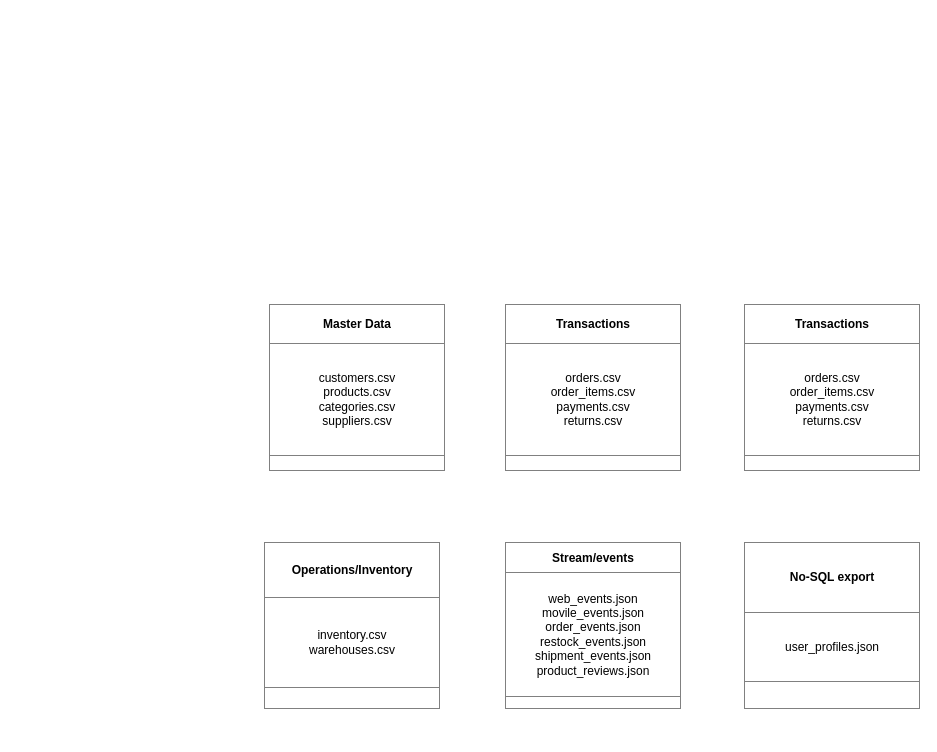
ADataSmith/BigDataEngineeringProject keeps this draw.io diagram as Architecture.drawio. Above is the earlier version. Source tidied: cells renumbered, new cells numbered last; positions are measured from the earlier drawing's top-left corner, leaving out a move shared by most shapes. Both pictures are drawn from the tidied source at 100%, with x=0, y=0 at pixel (264, 304).
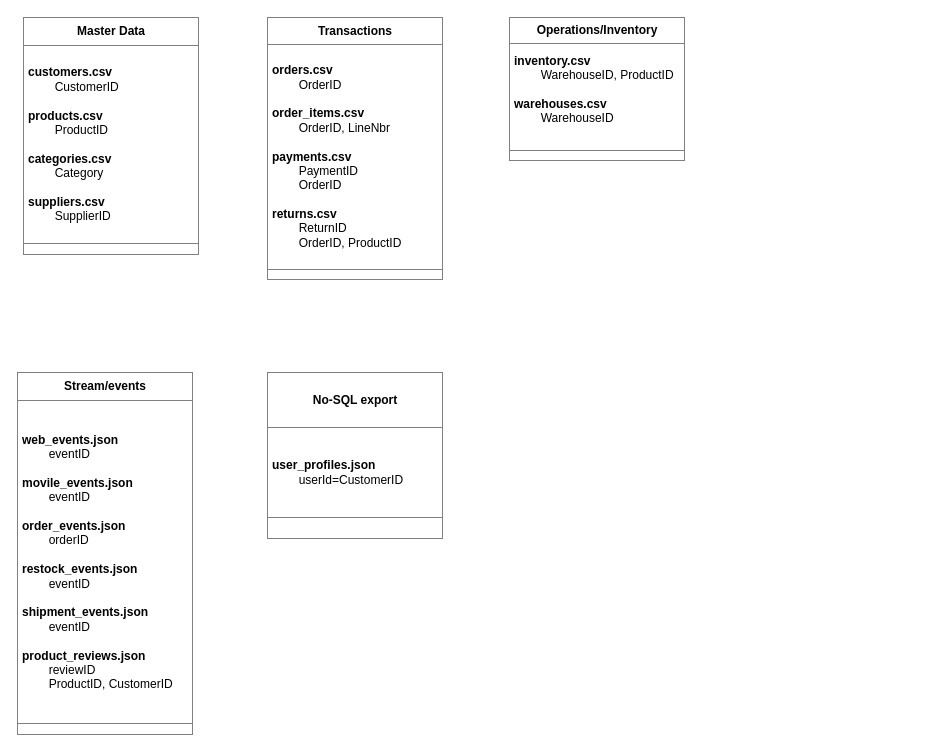
The same diagram, later.

Diff of the diagram source:
```diff
@@
 <mxGraphModel>
   <root>
     <mxCell id="0" />
     <mxCell id="1" parent="0" />
-    <mxCell id="2" value="&lt;table border=&quot;1&quot; width=&quot;100%&quot; height=&quot;100%&quot; cellpadding=&quot;4&quot; style=&quot;width:100%;height:100%;border-collapse:collapse;&quot;&gt;&lt;tbody&gt;&lt;tr&gt;&lt;th align=&quot;center&quot;&gt;Master Data&lt;/th&gt;&lt;/tr&gt;&lt;tr&gt;&lt;td align=&quot;center&quot;&gt;customers.csv&lt;br&gt;products.csv&lt;br&gt;categories.csv&lt;br&gt;suppliers.csv&lt;/td&gt;&lt;/tr&gt;&lt;tr&gt;&lt;td align=&quot;center&quot;&gt;&lt;/td&gt;&lt;/tr&gt;&lt;/tbody&gt;&lt;/table&gt;" style="text;html=1;whiteSpace=wrap;strokeColor=none;fillColor=none;overflow=fill;" parent="1" vertex="1">
-      <mxGeometry x="5" width="176" height="167" as="geometry" />
+    <mxCell id="2" value="&lt;table style=&quot;width:100%;height:100%;border-collapse:collapse;&quot; cellpadding=&quot;4&quot; height=&quot;100%&quot; width=&quot;100%&quot; border=&quot;1&quot;&gt;&lt;tbody&gt;&lt;tr&gt;&lt;th style=&quot;text-align: center;&quot;&gt;Master Data&lt;/th&gt;&lt;/tr&gt;&lt;tr&gt;&lt;td&gt;&lt;b&gt;customers.csv&lt;/b&gt;&lt;br&gt;&lt;span style=&quot;white-space: pre;&quot;&gt;&#9;&lt;/span&gt;CustomerID&lt;br&gt;&lt;br&gt;&lt;b&gt;products.csv&lt;/b&gt;&lt;br&gt;&lt;span style=&quot;white-space: pre;&quot;&gt;&#9;&lt;/span&gt;ProductID&lt;br&gt;&lt;br&gt;&lt;b&gt;categories.csv&lt;/b&gt;&lt;br&gt;&lt;span style=&quot;white-space: pre;&quot;&gt;&#9;&lt;/span&gt;Category&lt;br&gt;&lt;br&gt;&lt;b&gt;suppliers.csv&lt;/b&gt;&lt;br&gt;&lt;span style=&quot;white-space: pre;&quot;&gt;&#9;&lt;/span&gt;SupplierID&lt;br&gt;&lt;/td&gt;&lt;/tr&gt;&lt;tr&gt;&lt;td&gt;&lt;/td&gt;&lt;/tr&gt;&lt;/tbody&gt;&lt;/table&gt;" style="text;html=1;whiteSpace=wrap;strokeColor=none;fillColor=none;overflow=fill;align=left;" parent="1" vertex="1">
+      <mxGeometry x="-241" y="-287" width="176" height="238" as="geometry" />
     </mxCell>
-    <mxCell id="3" value="&lt;table border=&quot;1&quot; width=&quot;100%&quot; height=&quot;100%&quot; cellpadding=&quot;4&quot; style=&quot;width:100%;height:100%;border-collapse:collapse;&quot;&gt;&lt;tbody&gt;&lt;tr&gt;&lt;th align=&quot;center&quot;&gt;Transactions&lt;/th&gt;&lt;/tr&gt;&lt;tr&gt;&lt;td align=&quot;center&quot;&gt;orders.csv&lt;br&gt;order_items.csv&lt;br&gt;payments.csv&lt;br&gt;returns.csv&lt;/td&gt;&lt;/tr&gt;&lt;tr&gt;&lt;td align=&quot;center&quot;&gt;&lt;/td&gt;&lt;/tr&gt;&lt;/tbody&gt;&lt;/table&gt;" style="text;html=1;whiteSpace=wrap;strokeColor=none;fillColor=none;overflow=fill;" parent="1" vertex="1">
-      <mxGeometry x="241" width="176" height="167" as="geometry" />
+    <mxCell id="3" value="&lt;table border=&quot;1&quot; width=&quot;100%&quot; height=&quot;100%&quot; cellpadding=&quot;4&quot; style=&quot;width:100%;height:100%;border-collapse:collapse;&quot;&gt;&lt;tbody&gt;&lt;tr&gt;&lt;th align=&quot;center&quot;&gt;Transactions&lt;/th&gt;&lt;/tr&gt;&lt;tr&gt;&lt;td&gt;&lt;b&gt;orders.csv&lt;br&gt;&lt;/b&gt;&lt;span style=&quot;white-space: pre;&quot;&gt;&#9;&lt;/span&gt;OrderID&lt;br&gt;&lt;br&gt;&lt;b&gt;order_items.csv&lt;/b&gt;&lt;br&gt;&lt;span style=&quot;white-space: pre;&quot;&gt;&#9;&lt;/span&gt;OrderID, LineNbr&lt;br&gt;&lt;br&gt;&lt;b&gt;payments.csv&lt;/b&gt;&lt;br&gt;&lt;span style=&quot;white-space: pre;&quot;&gt;&#9;&lt;/span&gt;PaymentID&lt;br&gt;&lt;span style=&quot;white-space: pre;&quot;&gt;&#9;&lt;/span&gt;OrderID&lt;br&gt;&lt;br&gt;&lt;b&gt;returns.csv&lt;/b&gt;&lt;br&gt;&lt;span style=&quot;font-weight: bold; white-space: pre;&quot;&gt;&#9;&lt;/span&gt;ReturnID&lt;br&gt;&lt;span style=&quot;white-space: pre;&quot;&gt;&#9;&lt;/span&gt;OrderID, ProductID&lt;br&gt;&lt;/td&gt;&lt;/tr&gt;&lt;tr&gt;&lt;td align=&quot;center&quot;&gt;&lt;/td&gt;&lt;/tr&gt;&lt;/tbody&gt;&lt;/table&gt;" style="text;html=1;whiteSpace=wrap;strokeColor=none;fillColor=none;overflow=fill;" parent="1" vertex="1">
+      <mxGeometry x="3" y="-287" width="176" height="263" as="geometry" />
     </mxCell>
-    <mxCell id="4" value="&lt;table border=&quot;1&quot; width=&quot;100%&quot; height=&quot;100%&quot; cellpadding=&quot;4&quot; style=&quot;width:100%;height:100%;border-collapse:collapse;&quot;&gt;&lt;tbody&gt;&lt;tr&gt;&lt;th align=&quot;center&quot;&gt;Transactions&lt;/th&gt;&lt;/tr&gt;&lt;tr&gt;&lt;td align=&quot;center&quot;&gt;orders.csv&lt;br&gt;order_items.csv&lt;br&gt;payments.csv&lt;br&gt;returns.csv&lt;/td&gt;&lt;/tr&gt;&lt;tr&gt;&lt;td align=&quot;center&quot;&gt;&lt;/td&gt;&lt;/tr&gt;&lt;/tbody&gt;&lt;/table&gt;" style="text;html=1;whiteSpace=wrap;strokeColor=none;fillColor=none;overflow=fill;" parent="1" vertex="1">
-      <mxGeometry x="480" width="176" height="167" as="geometry" />
-    </mxCell>
-    <mxCell id="5" value="&lt;table border=&quot;1&quot; width=&quot;100%&quot; height=&quot;100%&quot; cellpadding=&quot;4&quot; style=&quot;width:100%;height:100%;border-collapse:collapse;&quot;&gt;&lt;tbody&gt;&lt;tr&gt;&lt;th align=&quot;center&quot;&gt;Operations/Inventory&lt;/th&gt;&lt;/tr&gt;&lt;tr&gt;&lt;td align=&quot;center&quot;&gt;inventory.csv&lt;br&gt;warehouses.csv&lt;/td&gt;&lt;/tr&gt;&lt;tr&gt;&lt;td align=&quot;center&quot;&gt;&lt;/td&gt;&lt;/tr&gt;&lt;/tbody&gt;&lt;/table&gt;" style="text;html=1;whiteSpace=wrap;strokeColor=none;fillColor=none;overflow=fill;" parent="1" vertex="1">
-      <mxGeometry y="238" width="176" height="167" as="geometry" />
-    </mxCell>
-    <mxCell id="6" value="&lt;table border=&quot;1&quot; width=&quot;100%&quot; height=&quot;100%&quot; cellpadding=&quot;4&quot; style=&quot;width:100%;height:100%;border-collapse:collapse;&quot;&gt;&lt;tbody&gt;&lt;tr&gt;&lt;th align=&quot;center&quot;&gt;Stream/events&lt;/th&gt;&lt;/tr&gt;&lt;tr&gt;&lt;td align=&quot;center&quot;&gt;web_events.json&lt;br&gt;movile_events.json&lt;br&gt;order_events.json&lt;br&gt;restock_events.json&lt;br&gt;shipment_events.json&lt;br&gt;product_reviews.json&lt;/td&gt;&lt;/tr&gt;&lt;tr&gt;&lt;td align=&quot;center&quot;&gt;&lt;/td&gt;&lt;/tr&gt;&lt;/tbody&gt;&lt;/table&gt;" style="text;html=1;whiteSpace=wrap;strokeColor=none;fillColor=none;overflow=fill;" parent="1" vertex="1">
-      <mxGeometry x="241" y="238" width="176" height="167" as="geometry" />
+    <mxCell id="6" value="&lt;table border=&quot;1&quot; width=&quot;100%&quot; height=&quot;100%&quot; cellpadding=&quot;4&quot; style=&quot;width:100%;height:100%;border-collapse:collapse;&quot;&gt;&lt;tbody&gt;&lt;tr&gt;&lt;th align=&quot;center&quot;&gt;Stream/events&lt;/th&gt;&lt;/tr&gt;&lt;tr&gt;&lt;td&gt;&lt;b&gt;web_events.json&lt;/b&gt;&lt;br&gt;&lt;span style=&quot;font-weight: bold; white-space: pre;&quot;&gt;&#9;&lt;/span&gt;eventID&lt;br&gt;&lt;b&gt;&lt;br&gt;movile_events.json&lt;/b&gt;&lt;br&gt;&lt;span style=&quot;font-weight: bold; white-space: pre;&quot;&gt;&#9;&lt;/span&gt;eventID&lt;br&gt;&lt;br&gt;&lt;b&gt;order_events.json&lt;/b&gt;&lt;br&gt;&lt;span style=&quot;font-weight: bold; white-space: pre;&quot;&gt;&#9;&lt;/span&gt;orderID&lt;br&gt;&lt;br&gt;&lt;b&gt;restock_events.json&lt;/b&gt;&lt;br&gt;&lt;span style=&quot;font-weight: bold; white-space: pre;&quot;&gt;&#9;&lt;/span&gt;eventID&lt;br&gt;&lt;br&gt;&lt;b&gt;shipment_events.json&lt;/b&gt;&lt;br&gt;&lt;span style=&quot;font-weight: bold; white-space: pre;&quot;&gt;&#9;&lt;/span&gt;eventID&lt;br&gt;&lt;br&gt;&lt;b&gt;product_reviews.json&lt;/b&gt;&lt;br&gt;&lt;span style=&quot;font-weight: bold; white-space: pre;&quot;&gt;&#9;&lt;/span&gt;reviewID&lt;br&gt;&lt;span style=&quot;white-space: pre;&quot;&gt;&#9;&lt;/span&gt;ProductID, CustomerID&lt;br&gt;&lt;/td&gt;&lt;/tr&gt;&lt;tr&gt;&lt;td align=&quot;center&quot;&gt;&lt;/td&gt;&lt;/tr&gt;&lt;/tbody&gt;&lt;/table&gt;" style="text;html=1;whiteSpace=wrap;strokeColor=none;fillColor=none;overflow=fill;" parent="1" vertex="1">
+      <mxGeometry x="-247" y="68" width="176" height="363" as="geometry" />
     </mxCell>
-    <mxCell id="7" value="&lt;table border=&quot;1&quot; width=&quot;100%&quot; height=&quot;100%&quot; cellpadding=&quot;4&quot; style=&quot;width:100%;height:100%;border-collapse:collapse;&quot;&gt;&lt;tbody&gt;&lt;tr&gt;&lt;th align=&quot;center&quot;&gt;No-SQL export&lt;/th&gt;&lt;/tr&gt;&lt;tr&gt;&lt;td align=&quot;center&quot;&gt;user_profiles.json&lt;/td&gt;&lt;/tr&gt;&lt;tr&gt;&lt;td align=&quot;center&quot;&gt;&lt;/td&gt;&lt;/tr&gt;&lt;/tbody&gt;&lt;/table&gt;" style="text;html=1;whiteSpace=wrap;strokeColor=none;fillColor=none;overflow=fill;" parent="1" vertex="1">
-      <mxGeometry x="480" y="238" width="176" height="167" as="geometry" />
+    <mxCell id="7" value="&lt;table border=&quot;1&quot; width=&quot;100%&quot; height=&quot;100%&quot; cellpadding=&quot;4&quot; style=&quot;width:100%;height:100%;border-collapse:collapse;&quot;&gt;&lt;tbody&gt;&lt;tr&gt;&lt;th align=&quot;center&quot;&gt;No-SQL export&lt;/th&gt;&lt;/tr&gt;&lt;tr&gt;&lt;td&gt;&lt;b&gt;user_profiles.json&lt;/b&gt;&lt;br&gt;&lt;span style=&quot;font-weight: bold; white-space: pre;&quot;&gt;&#9;&lt;/span&gt;userId=CustomerID&lt;br&gt;&lt;/td&gt;&lt;/tr&gt;&lt;tr&gt;&lt;td align=&quot;center&quot;&gt;&lt;/td&gt;&lt;/tr&gt;&lt;/tbody&gt;&lt;/table&gt;" style="text;html=1;whiteSpace=wrap;strokeColor=none;fillColor=none;overflow=fill;" parent="1" vertex="1">
+      <mxGeometry x="3" y="68" width="176" height="167" as="geometry" />
     </mxCell>
+    <mxCell id="8" value="&lt;table border=&quot;1&quot; width=&quot;100%&quot; height=&quot;100%&quot; cellpadding=&quot;4&quot; style=&quot;width:100%;height:100%;border-collapse:collapse;&quot;&gt;&lt;tbody&gt;&lt;tr&gt;&lt;th align=&quot;center&quot;&gt;Operations/Inventory&lt;/th&gt;&lt;/tr&gt;&lt;tr&gt;&lt;td&gt;&lt;b&gt;inventory.csv&lt;br&gt;&lt;/b&gt;&lt;span style=&quot;white-space: pre;&quot;&gt;&#9;&lt;/span&gt;WarehouseID, ProductID&lt;br&gt;&lt;br&gt;&lt;b&gt;warehouses.csv&lt;/b&gt;&lt;br&gt;&lt;span style=&quot;white-space: pre;&quot;&gt;&#9;&lt;/span&gt;WarehouseID&lt;br&gt;&lt;br&gt;&lt;/td&gt;&lt;/tr&gt;&lt;tr&gt;&lt;td align=&quot;center&quot;&gt;&lt;/td&gt;&lt;/tr&gt;&lt;/tbody&gt;&lt;/table&gt;" style="text;html=1;whiteSpace=wrap;strokeColor=none;fillColor=none;overflow=fill;" parent="1" vertex="1">
+      <mxGeometry x="245" y="-287" width="176" height="144" as="geometry" />
+    </mxCell>
   </root>
 </mxGraphModel>
```
